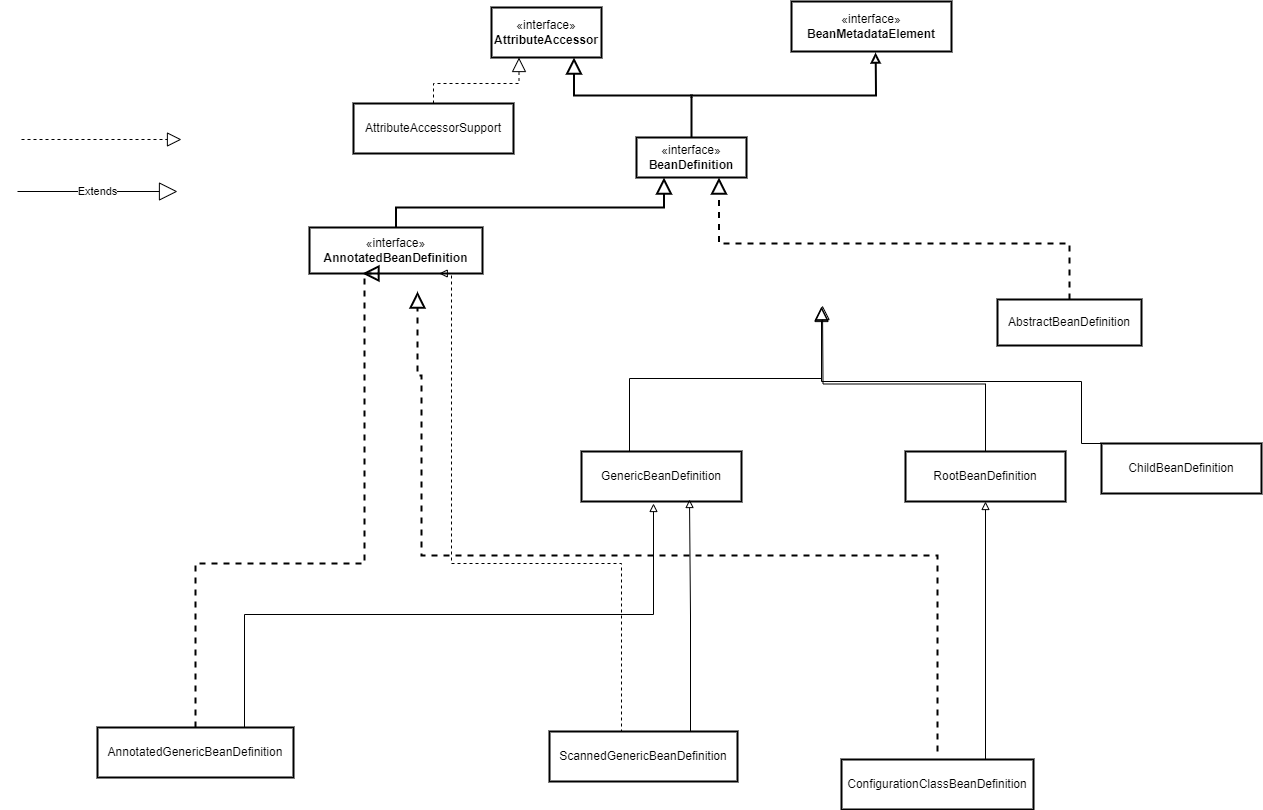
wjb0823/drawio keeps this draw.io diagram as Spring/BeanDefinition类图.drawio.png. Above is the earlier version. Source tidied: cells renumbered, new cells last; positions are measured from the earlier drawing's top-left corner, leaving out a move shared by most shapes.
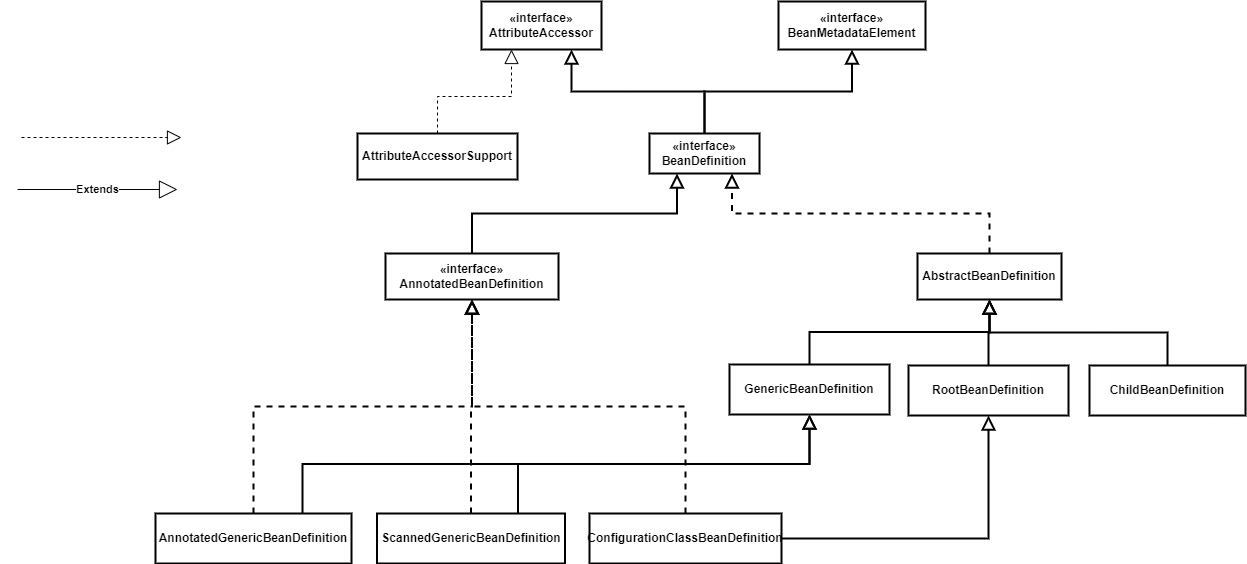
After the commit.

Diff of the diagram source:
```diff
@@ -2,140 +2,95 @@
   <root>
     <mxCell id="0" />
     <mxCell id="1" parent="0" />
-    <mxCell id="2" style="edgeStyle=orthogonalEdgeStyle;rounded=0;jettySize=auto;html=1;entryX=0.75;entryY=1;entryDx=0;entryDy=0;strokeWidth=2;endArrow=block;endFill=0;endSize=12;" parent="1" edge="1" target="4">
-      <mxGeometry relative="1" as="geometry">
-        <mxPoint x="674" y="96" as="sourcePoint" />
-        <Array as="points">
-          <mxPoint x="674" y="94" />
-          <mxPoint x="557" y="94" />
-        </Array>
-      </mxGeometry>
-    </mxCell>
+    <mxCell id="30" style="edgeStyle=orthogonalEdgeStyle;rounded=0;jettySize=auto;html=1;exitX=0.5;exitY=0;exitDx=0;exitDy=0;entryX=0.75;entryY=1;entryDx=0;entryDy=0;endArrow=block;endFill=0;strokeWidth=2;endSize=10;fontStyle=1;" parent="1" edge="1" source="3" target="4">
+      <mxGeometry relative="1" as="geometry" />
+    </mxCell>
+    <mxCell id="31" style="edgeStyle=orthogonalEdgeStyle;rounded=0;jettySize=auto;html=1;exitX=0.5;exitY=0;exitDx=0;exitDy=0;entryX=0.5;entryY=1;entryDx=0;entryDy=0;strokeWidth=2;endArrow=block;endFill=0;endSize=10;fontStyle=1;" parent="1" edge="1" source="3" target="5">
+      <mxGeometry relative="1" as="geometry" />
+    </mxCell>
-    <mxCell id="3" value="«interface»&lt;br&gt;&lt;b&gt;BeanDefinition&lt;/b&gt;" style="html=1;whiteSpace=wrap;strokeWidth=2;" parent="1" vertex="1">
-      <mxGeometry x="619" y="136" width="110" height="40" as="geometry" />
+    <mxCell id="3" value="«interface»&lt;br&gt;&lt;span&gt;BeanDefinition&lt;/span&gt;" style="html=1;whiteSpace=wrap;strokeWidth=2;fontStyle=1;" parent="1" vertex="1">
+      <mxGeometry x="632" y="134" width="110" height="40" as="geometry" />
     </mxCell>
-    <mxCell id="4" value="«interface»&lt;br&gt;&lt;b&gt;AttributeAccessor&lt;/b&gt;" style="html=1;whiteSpace=wrap;strokeWidth=2;" parent="1" vertex="1">
-      <mxGeometry x="474" y="6" width="110" height="50" as="geometry" />
+    <mxCell id="4" value="«interface»&lt;br&gt;&lt;span&gt;AttributeAccessor&lt;/span&gt;" style="html=1;whiteSpace=wrap;strokeWidth=2;fontStyle=1;" parent="1" vertex="1">
+      <mxGeometry x="464" y="2" width="120" height="48" as="geometry" />
     </mxCell>
-    <mxCell id="5" value="«interface»&lt;br&gt;&lt;b&gt;BeanMetadataElement&lt;/b&gt;" style="html=1;whiteSpace=wrap;strokeWidth=2;" parent="1" vertex="1">
-      <mxGeometry x="774" width="160" height="50" as="geometry" />
+    <mxCell id="5" value="«interface»&lt;br&gt;&lt;span&gt;BeanMetadataElement&lt;/span&gt;" style="html=1;whiteSpace=wrap;strokeWidth=2;fontStyle=1;" parent="1" vertex="1">
+      <mxGeometry x="761" y="2" width="147" height="48" as="geometry" />
     </mxCell>
-    <mxCell id="6" style="edgeStyle=orthogonalEdgeStyle;rounded=0;jettySize=auto;html=1;entryX=0.569;entryY=1;entryDx=0;entryDy=0;entryPerimeter=0;strokeWidth=2;startArrow=none;startFill=0;endArrow=block;endFill=0;exitX=0.5;exitY=0;exitDx=0;exitDy=0;" parent="1" edge="1" source="3">
-      <mxGeometry relative="1" as="geometry">
-        <mxPoint x="858" y="51" as="targetPoint" />
-      </mxGeometry>
-    </mxCell>
-    <mxCell id="7" style="edgeStyle=orthogonalEdgeStyle;rounded=0;jettySize=auto;html=1;entryX=0.25;entryY=1;entryDx=0;entryDy=0;endArrow=block;endFill=0;strokeWidth=2;exitX=0.5;exitY=0;exitDx=0;exitDy=0;curved=0;strokeColor=default;startArrow=none;startFill=0;endSize=12;" parent="1" edge="1" source="8" target="3">
+    <mxCell id="7" style="edgeStyle=orthogonalEdgeStyle;rounded=0;jettySize=auto;html=1;entryX=0.25;entryY=1;entryDx=0;entryDy=0;endArrow=block;endFill=0;strokeWidth=2;exitX=0.5;exitY=0;exitDx=0;exitDy=0;curved=0;strokeColor=default;startArrow=none;startFill=0;endSize=10;fontStyle=1;" parent="1" edge="1" source="8" target="3">
       <mxGeometry relative="1" as="geometry" />
     </mxCell>
-    <mxCell id="8" value="«interface»&lt;br&gt;&lt;b&gt;AnnotatedBeanDefinition&lt;/b&gt;" style="html=1;whiteSpace=wrap;strokeWidth=2;" parent="1" vertex="1">
-      <mxGeometry x="292" y="226" width="173" height="46" as="geometry" />
+    <mxCell id="8" value="«interface»&lt;br&gt;&lt;span&gt;AnnotatedBeanDefinition&lt;/span&gt;" style="html=1;whiteSpace=wrap;strokeWidth=2;fontStyle=1;" parent="1" vertex="1">
+      <mxGeometry x="368" y="254" width="173" height="46" as="geometry" />
     </mxCell>
-    <mxCell id="9" style="edgeStyle=orthogonalEdgeStyle;rounded=0;jettySize=auto;html=1;entryX=0.25;entryY=1;entryDx=0;entryDy=0;dashed=1;endArrow=block;endFill=0;endSize=12;" parent="1" edge="1" source="10" target="4">
+    <mxCell id="9" style="edgeStyle=orthogonalEdgeStyle;rounded=0;jettySize=auto;html=1;entryX=0.25;entryY=1;entryDx=0;entryDy=0;dashed=1;endArrow=block;endFill=0;endSize=12;fontStyle=1;" parent="1" edge="1" source="10" target="4">
       <mxGeometry relative="1" as="geometry" />
     </mxCell>
-    <mxCell id="10" value="AttributeAccessorSupport" style="html=1;whiteSpace=wrap;strokeWidth=2;" parent="1" vertex="1">
-      <mxGeometry x="336" y="102" width="160" height="50" as="geometry" />
+    <mxCell id="10" value="&lt;span&gt;AttributeAccessorSupport&lt;/span&gt;" style="html=1;whiteSpace=wrap;strokeWidth=2;fontStyle=1;" parent="1" vertex="1">
+      <mxGeometry x="340" y="134" width="160" height="46" as="geometry" />
     </mxCell>
-    <mxCell id="11" style="edgeStyle=orthogonalEdgeStyle;rounded=0;jettySize=auto;html=1;exitX=0.5;exitY=0;exitDx=0;exitDy=0;entryX=0.75;entryY=1;entryDx=0;entryDy=0;dashed=1;endSize=12;endArrow=block;endFill=0;strokeWidth=2;" parent="1" edge="1" source="12" target="3">
+    <mxCell id="11" style="edgeStyle=orthogonalEdgeStyle;rounded=0;jettySize=auto;html=1;exitX=0.5;exitY=0;exitDx=0;exitDy=0;entryX=0.75;entryY=1;entryDx=0;entryDy=0;dashed=1;endSize=10;endArrow=block;endFill=0;strokeWidth=2;fontStyle=1;" parent="1" edge="1" source="12" target="3">
       <mxGeometry relative="1" as="geometry" />
     </mxCell>
-    <mxCell id="12" value="AbstractBeanDefinition" style="html=1;whiteSpace=wrap;strokeWidth=2;" parent="1" vertex="1">
-      <mxGeometry x="980" y="298" width="144" height="46" as="geometry" />
+    <mxCell id="12" value="&lt;span&gt;AbstractBeanDefinition&lt;/span&gt;" style="html=1;whiteSpace=wrap;strokeWidth=2;fontStyle=1;" parent="1" vertex="1">
+      <mxGeometry x="900" y="254" width="144" height="46" as="geometry" />
     </mxCell>
-    <mxCell id="13" style="edgeStyle=orthogonalEdgeStyle;rounded=0;jettySize=auto;html=1;exitX=0.5;exitY=0;exitDx=0;exitDy=0;entryX=0.5;entryY=1;entryDx=0;entryDy=0;endArrow=block;endFill=0;endSize=12;" parent="1" edge="1" source="14">
-      <mxGeometry relative="1" as="geometry">
-        <mxPoint x="804" y="305" as="targetPoint" />
-        <Array as="points">
-          <mxPoint x="612" y="377" />
-          <mxPoint x="804" y="377" />
-        </Array>
-      </mxGeometry>
-    </mxCell>
+    <mxCell id="32" style="edgeStyle=orthogonalEdgeStyle;rounded=0;jettySize=auto;html=1;exitX=0.5;exitY=0;exitDx=0;exitDy=0;entryX=0.5;entryY=1;entryDx=0;entryDy=0;strokeWidth=2;endArrow=block;endFill=0;endSize=10;fontStyle=1;" parent="1" edge="1" source="14" target="12">
+      <mxGeometry relative="1" as="geometry" />
+    </mxCell>
-    <mxCell id="14" value="GenericBeanDefinition" style="html=1;whiteSpace=wrap;strokeWidth=2;" parent="1" vertex="1">
-      <mxGeometry x="564" y="450" width="160" height="50" as="geometry" />
+    <mxCell id="14" value="GenericBeanDefinition" style="html=1;whiteSpace=wrap;strokeWidth=2;fontStyle=1;" parent="1" vertex="1">
+      <mxGeometry x="712" y="365" width="160" height="50" as="geometry" />
     </mxCell>
-    <mxCell id="15" style="edgeStyle=orthogonalEdgeStyle;rounded=0;jettySize=auto;html=1;exitX=0.5;exitY=0;exitDx=0;exitDy=0;entryX=0.5;entryY=1;entryDx=0;entryDy=0;endSize=12;endArrow=block;endFill=0;" parent="1" edge="1" source="16">
-      <mxGeometry relative="1" as="geometry">
-        <mxPoint x="805" y="304" as="targetPoint" />
-      </mxGeometry>
-    </mxCell>
+    <mxCell id="33" style="edgeStyle=orthogonalEdgeStyle;rounded=0;jettySize=auto;html=1;entryX=0.5;entryY=1;entryDx=0;entryDy=0;strokeWidth=2;endArrow=block;endFill=0;endSize=10;fontStyle=1;" parent="1" edge="1" source="16" target="12">
+      <mxGeometry relative="1" as="geometry" />
+    </mxCell>
-    <mxCell id="16" value="RootBeanDefinition" style="html=1;whiteSpace=wrap;strokeWidth=2;" parent="1" vertex="1">
-      <mxGeometry x="888" y="450" width="160" height="50" as="geometry" />
+    <mxCell id="16" value="RootBeanDefinition" style="html=1;whiteSpace=wrap;strokeWidth=2;fontStyle=1;" parent="1" vertex="1">
+      <mxGeometry x="891" y="366" width="160" height="50" as="geometry" />
     </mxCell>
-    <mxCell id="17" style="edgeStyle=orthogonalEdgeStyle;rounded=0;jettySize=auto;html=1;entryX=0.5;entryY=1;entryDx=0;entryDy=0;endSize=12;endArrow=block;endFill=0;exitX=0.5;exitY=0;exitDx=0;exitDy=0;" parent="1" edge="1" source="18">
-      <mxGeometry relative="1" as="geometry">
-        <mxPoint x="804" y="306" as="targetPoint" />
-        <Array as="points">
-          <mxPoint x="1064" y="380" />
-          <mxPoint x="804" y="380" />
-        </Array>
-      </mxGeometry>
-    </mxCell>
+    <mxCell id="34" style="edgeStyle=orthogonalEdgeStyle;rounded=0;jettySize=auto;html=1;exitX=0.5;exitY=0;exitDx=0;exitDy=0;strokeWidth=2;endSize=10;endArrow=block;endFill=0;fontStyle=1;" parent="1" edge="1" source="18" target="12">
+      <mxGeometry relative="1" as="geometry" />
+    </mxCell>
-    <mxCell id="18" value="ChildBeanDefinition" style="html=1;whiteSpace=wrap;strokeWidth=2;" parent="1" vertex="1">
-      <mxGeometry x="1084" y="442" width="160" height="50" as="geometry" />
+    <mxCell id="18" value="ChildBeanDefinition" style="html=1;whiteSpace=wrap;strokeWidth=2;fontStyle=1;" parent="1" vertex="1">
+      <mxGeometry x="1072" y="366" width="156" height="50" as="geometry" />
     </mxCell>
-    <mxCell id="19" style="endArrow=block;dashed=1;endFill=0;endSize=12;html=1;rounded=0;" parent="1" edge="1">
+    <mxCell id="19" style="endArrow=block;dashed=1;endFill=0;endSize=12;html=1;rounded=0;fontStyle=1;" parent="1" edge="1">
       <mxGeometry relative="1" as="geometry">
         <mxPoint x="4" y="138" as="sourcePoint" />
         <mxPoint x="164" y="138" as="targetPoint" />
       </mxGeometry>
     </mxCell>
-    <mxCell id="20" value="Extends" style="endArrow=block;endSize=16;endFill=0;html=1;rounded=0;" parent="1" edge="1">
+    <mxCell id="20" value="Extends" style="endArrow=block;endSize=16;endFill=0;html=1;rounded=0;fontStyle=1;" parent="1" edge="1">
       <mxGeometry relative="1" as="geometry">
         <mxPoint y="190" as="sourcePoint" />
         <mxPoint x="160" y="190" as="targetPoint" />
       </mxGeometry>
     </mxCell>
+    <mxCell id="27" style="edgeStyle=orthogonalEdgeStyle;rounded=0;jettySize=auto;html=1;exitX=0.5;exitY=0;exitDx=0;exitDy=0;dashed=1;strokeWidth=2;endArrow=block;endFill=0;endSize=10;fontStyle=1;" parent="1" edge="1" source="21" target="8">
+      <mxGeometry relative="1" as="geometry" />
+    </mxCell>
+    <mxCell id="28" style="edgeStyle=orthogonalEdgeStyle;rounded=0;jettySize=auto;html=1;exitX=0.75;exitY=0;exitDx=0;exitDy=0;entryX=0.5;entryY=1;entryDx=0;entryDy=0;strokeWidth=2;endArrow=block;endFill=0;endSize=10;fontStyle=1;" parent="1" edge="1" source="21" target="14">
+      <mxGeometry relative="1" as="geometry" />
+    </mxCell>
-    <mxCell id="21" value="AnnotatedGenericBeanDefinition" style="html=1;whiteSpace=wrap;strokeWidth=2;" parent="1" vertex="1">
-      <mxGeometry x="80" y="726" width="196" height="50" as="geometry" />
+    <mxCell id="21" value="AnnotatedGenericBeanDefinition" style="html=1;whiteSpace=wrap;strokeWidth=2;fontStyle=1;" parent="1" vertex="1">
+      <mxGeometry x="138" y="514" width="196" height="50" as="geometry" />
     </mxCell>
-    <mxCell id="22" style="edgeStyle=orthogonalEdgeStyle;rounded=0;jettySize=auto;html=1;exitX=0.75;exitY=0;exitDx=0;exitDy=0;endArrow=block;endFill=0;" parent="1" edge="1" source="23">
-      <mxGeometry relative="1" as="geometry">
-        <mxPoint x="672" y="498" as="targetPoint" />
-      </mxGeometry>
-    </mxCell>
+    <mxCell id="29" style="edgeStyle=orthogonalEdgeStyle;rounded=0;jettySize=auto;html=1;exitX=0.5;exitY=0;exitDx=0;exitDy=0;entryX=0.5;entryY=1;entryDx=0;entryDy=0;endArrow=block;endFill=0;strokeWidth=2;endSize=10;dashed=1;fontStyle=1;" parent="1" edge="1" source="23" target="8">
+      <mxGeometry relative="1" as="geometry" />
+    </mxCell>
+    <mxCell id="35" style="edgeStyle=orthogonalEdgeStyle;rounded=0;jettySize=auto;html=1;exitX=0.75;exitY=0;exitDx=0;exitDy=0;strokeWidth=2;endArrow=block;endFill=0;endSize=10;fontStyle=1;" parent="1" edge="1" source="23" target="14">
+      <mxGeometry relative="1" as="geometry" />
+    </mxCell>
-    <mxCell id="23" value="ScannedGenericBeanDefinition" style="html=1;whiteSpace=wrap;strokeWidth=2;" parent="1" vertex="1">
-      <mxGeometry x="532" y="730" width="188" height="50" as="geometry" />
+    <mxCell id="23" value="ScannedGenericBeanDefinition" style="html=1;whiteSpace=wrap;strokeWidth=2;fontStyle=1;" parent="1" vertex="1">
+      <mxGeometry x="359.5" y="514" width="188" height="50" as="geometry" />
     </mxCell>
-    <mxCell id="24" style="edgeStyle=orthogonalEdgeStyle;rounded=0;orthogonalLoop=1;jettySize=auto;html=1;exitX=0.5;exitY=0;exitDx=0;exitDy=0;dashed=1;endArrow=block;endFill=0;strokeWidth=2;endSize=12;" parent="1" edge="1">
-      <mxGeometry relative="1" as="geometry">
-        <mxPoint x="920" y="750" as="sourcePoint" />
-        <mxPoint x="400" y="290" as="targetPoint" />
-        <Array as="points">
-          <mxPoint x="920" y="554" />
-          <mxPoint x="404" y="554" />
-          <mxPoint x="404" y="374" />
-          <mxPoint x="400" y="374" />
-        </Array>
-      </mxGeometry>
-    </mxCell>
+    <mxCell id="36" style="edgeStyle=orthogonalEdgeStyle;rounded=0;jettySize=auto;html=1;strokeWidth=2;endSize=10;endArrow=block;endFill=0;dashed=1;exitX=0.5;exitY=0;exitDx=0;exitDy=0;fontStyle=1;" parent="1" edge="1" source="26" target="8">
+      <mxGeometry relative="1" as="geometry" />
+    </mxCell>
-    <mxCell id="25" style="edgeStyle=orthogonalEdgeStyle;rounded=0;jettySize=auto;html=1;exitX=0.75;exitY=0;exitDx=0;exitDy=0;entryX=0.5;entryY=1;entryDx=0;entryDy=0;endArrow=block;endFill=0;" parent="1" edge="1" source="26" target="16">
+    <mxCell id="25" style="edgeStyle=orthogonalEdgeStyle;rounded=0;jettySize=auto;html=1;exitX=1;exitY=0.5;exitDx=0;exitDy=0;entryX=0.5;entryY=1;entryDx=0;entryDy=0;strokeWidth=2;endSize=10;endArrow=block;endFill=0;fontStyle=1;" parent="1" edge="1" source="26" target="16">
       <mxGeometry relative="1" as="geometry" />
     </mxCell>
-    <mxCell id="26" value="ConfigurationClassBeanDefinition" style="html=1;whiteSpace=wrap;strokeWidth=2;" parent="1" vertex="1">
-      <mxGeometry x="824" y="758" width="192" height="50" as="geometry" />
+    <mxCell id="26" value="ConfigurationClassBeanDefinition" style="html=1;whiteSpace=wrap;strokeWidth=2;fontStyle=1;" parent="1" vertex="1">
+      <mxGeometry x="572" y="514" width="192" height="50" as="geometry" />
     </mxCell>
-    <mxCell id="27" style="edgeStyle=orthogonalEdgeStyle;rounded=0;jettySize=auto;html=1;exitX=0.5;exitY=0;exitDx=0;exitDy=0;dashed=1;endArrow=block;endFill=0;strokeWidth=2;endSize=12;entryX=0.306;entryY=1;entryDx=0;entryDy=0;entryPerimeter=0;" parent="1" edge="1" source="21" target="8">
-      <mxGeometry relative="1" as="geometry">
-        <Array as="points">
-          <mxPoint x="178" y="562" />
-          <mxPoint x="347" y="562" />
-          <mxPoint x="347" y="272" />
-        </Array>
-      </mxGeometry>
-    </mxCell>
-    <mxCell id="28" style="edgeStyle=orthogonalEdgeStyle;rounded=0;jettySize=auto;html=1;exitX=0.75;exitY=0;exitDx=0;exitDy=0;entryX=0.45;entryY=1.04;entryDx=0;entryDy=0;entryPerimeter=0;endArrow=block;endFill=0;" parent="1" edge="1" source="21" target="14">
-      <mxGeometry relative="1" as="geometry" />
-    </mxCell>
-    <mxCell id="29" style="edgeStyle=orthogonalEdgeStyle;rounded=0;jettySize=auto;html=1;dashed=1;exitX=0.25;exitY=0;exitDx=0;exitDy=0;endArrow=block;endFill=0;entryX=0.75;entryY=1;entryDx=0;entryDy=0;" parent="1" edge="1" source="23" target="8">
-      <mxGeometry relative="1" as="geometry">
-        <Array as="points">
-          <mxPoint x="604" y="730" />
-          <mxPoint x="604" y="562" />
-          <mxPoint x="434" y="562" />
-        </Array>
-      </mxGeometry>
-    </mxCell>
   </root>
 </mxGraphModel>
```
